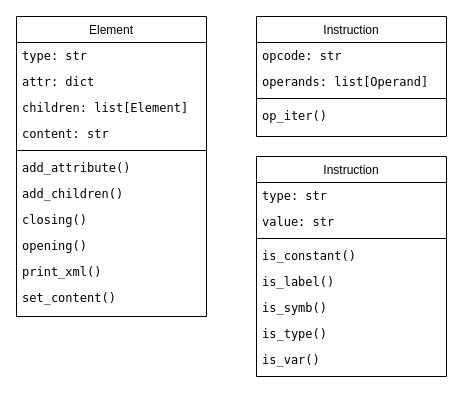
okurka12/ipp_project keeps this draw.io diagram as img/class_diagram.drawio. Above is the earlier version. Source tidied: cells renumbered, new cells numbered last; positions are measured from the earlier drawing's top-left corner, leaving out a move shared by most shapes. Both pictures are drawn from the tidied source at 100%, with x=0, y=0 at pixel (16, 16).
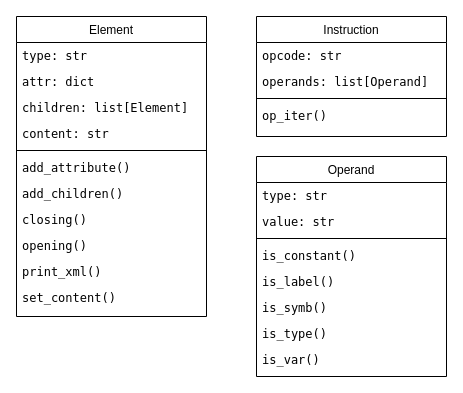
The same page after the edit.

The edit, as a diff of the source:
```diff
@@
-    <mxCell id="7" value="Instruction" style="swimlane;fontStyle=0;align=center;verticalAlign=top;horizontal=1;startSize=26;rounded=0;shadow=0;strokeWidth=1;" parent="1" vertex="1">
+    <mxCell id="7" value="Operand" style="swimlane;fontStyle=0;align=center;verticalAlign=top;horizontal=1;startSize=26;rounded=0;shadow=0;strokeWidth=1;" parent="1" vertex="1">
       <mxGeometry x="240" y="140" width="190" height="220" as="geometry" />
     </mxCell>
```
